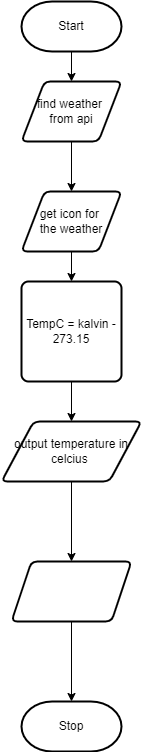
Ali-Mugamai/ICS20-A6-JS keeps this draw.io diagram as design/flow-chart.png. Above is the earlier version. Source tidied: cells renumbered, new cells last; positions are measured from the earlier drawing's top-left corner, leaving out a move shared by most shapes. Source of this version:
```xml
<mxGraphModel>
  <root>
    <mxCell id="0" />
    <mxCell id="1" parent="0" />
    <mxCell id="2" style="edgeStyle=none;html=1;exitX=0.5;exitY=1;exitDx=0;exitDy=0;exitPerimeter=0;entryX=0.5;entryY=0;entryDx=0;entryDy=0;" parent="1" edge="1" source="3" target="5">
      <mxGeometry relative="1" as="geometry" />
    </mxCell>
    <mxCell id="3" value="Start" style="strokeWidth=2;html=1;shape=mxgraph.flowchart.terminator;whiteSpace=wrap;" parent="1" vertex="1">
      <mxGeometry x="20" width="100" height="50" as="geometry" />
    </mxCell>
    <mxCell id="4" style="edgeStyle=none;html=1;exitX=0.5;exitY=1;exitDx=0;exitDy=0;entryX=0.5;entryY=0;entryDx=0;entryDy=0;" parent="1" edge="1" source="5" target="12">
      <mxGeometry relative="1" as="geometry" />
    </mxCell>
    <mxCell id="5" value="find weather&amp;nbsp;&lt;br&gt;from api" style="shape=parallelogram;html=1;strokeWidth=2;perimeter=parallelogramPerimeter;whiteSpace=wrap;rounded=1;arcSize=12;size=0.23;" parent="1" vertex="1">
      <mxGeometry x="20" y="80" width="100" height="60" as="geometry" />
    </mxCell>
    <mxCell id="6" style="edgeStyle=none;html=1;exitX=0.5;exitY=1;exitDx=0;exitDy=0;entryX=0.5;entryY=0;entryDx=0;entryDy=0;" parent="1" edge="1" source="7" target="9">
      <mxGeometry relative="1" as="geometry" />
    </mxCell>
    <mxCell id="7" value="TempC = kalvin - 273.15" style="rounded=1;whiteSpace=wrap;html=1;absoluteArcSize=1;arcSize=14;strokeWidth=2;" parent="1" vertex="1">
      <mxGeometry x="20" y="280" width="100" height="100" as="geometry" />
    </mxCell>
    <mxCell id="8" style="edgeStyle=none;html=1;" parent="1" edge="1" source="9" target="14">
      <mxGeometry relative="1" as="geometry" />
    </mxCell>
    <mxCell id="9" value="output temperature in&lt;br&gt;celcius&amp;nbsp;" style="shape=parallelogram;html=1;strokeWidth=2;perimeter=parallelogramPerimeter;whiteSpace=wrap;rounded=1;arcSize=12;size=0.23;" parent="1" vertex="1">
      <mxGeometry y="420" width="140" height="60" as="geometry" />
    </mxCell>
    <mxCell id="10" value="Stop" style="strokeWidth=2;html=1;shape=mxgraph.flowchart.terminator;whiteSpace=wrap;" parent="1" vertex="1">
      <mxGeometry x="20" y="700" width="100" height="50" as="geometry" />
    </mxCell>
    <mxCell id="11" style="edgeStyle=none;html=1;exitX=0.5;exitY=1;exitDx=0;exitDy=0;entryX=0.5;entryY=0;entryDx=0;entryDy=0;" parent="1" edge="1" source="12" target="7">
      <mxGeometry relative="1" as="geometry" />
    </mxCell>
    <mxCell id="12" value="get icon for&amp;nbsp;&lt;br&gt;the weather" style="shape=parallelogram;html=1;strokeWidth=2;perimeter=parallelogramPerimeter;whiteSpace=wrap;rounded=1;arcSize=12;size=0.23;" parent="1" vertex="1">
      <mxGeometry x="20" y="190" width="100" height="60" as="geometry" />
    </mxCell>
    <mxCell id="13" style="edgeStyle=none;html=1;" parent="1" edge="1" source="14" target="10">
      <mxGeometry relative="1" as="geometry" />
    </mxCell>
    <mxCell id="14" style="shape=parallelogram;perimeter=parallelogramPerimeter;whiteSpace=wrap;html=1;fixedSize=1;strokeWidth=2;rounded=1;arcSize=12;" parent="1" vertex="1">
      <mxGeometry x="10" y="560" width="120" height="60" as="geometry" />
    </mxCell>
  </root>
</mxGraphModel>
```
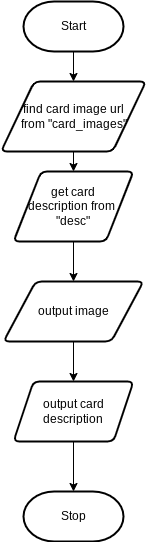
After the change.

Change to the diagram source:
```diff
@@ -11,35 +11,31 @@
     <mxCell id="4" style="edgeStyle=none;html=1;exitX=0.5;exitY=1;exitDx=0;exitDy=0;entryX=0.5;entryY=0;entryDx=0;entryDy=0;" parent="1" edge="1" source="5" target="12">
       <mxGeometry relative="1" as="geometry" />
     </mxCell>
-    <mxCell id="5" value="find weather&amp;nbsp;&lt;br&gt;from api" style="shape=parallelogram;html=1;strokeWidth=2;perimeter=parallelogramPerimeter;whiteSpace=wrap;rounded=1;arcSize=12;size=0.23;" parent="1" vertex="1">
-      <mxGeometry x="20" y="80" width="100" height="60" as="geometry" />
+    <mxCell id="5" value="find card image url&lt;br&gt;from &quot;card_images&quot;" style="shape=parallelogram;html=1;strokeWidth=2;perimeter=parallelogramPerimeter;whiteSpace=wrap;rounded=1;arcSize=12;size=0.23;" parent="1" vertex="1">
+      <mxGeometry x="-2.5" y="80" width="145" height="70" as="geometry" />
     </mxCell>
-    <mxCell id="6" style="edgeStyle=none;html=1;exitX=0.5;exitY=1;exitDx=0;exitDy=0;entryX=0.5;entryY=0;entryDx=0;entryDy=0;" parent="1" edge="1" source="7" target="9">
-      <mxGeometry relative="1" as="geometry" />
-    </mxCell>
-    <mxCell id="7" value="TempC = kalvin - 273.15" style="rounded=1;whiteSpace=wrap;html=1;absoluteArcSize=1;arcSize=14;strokeWidth=2;" parent="1" vertex="1">
-      <mxGeometry x="20" y="280" width="100" height="100" as="geometry" />
-    </mxCell>
     <mxCell id="8" style="edgeStyle=none;html=1;" parent="1" edge="1" source="9" target="14">
       <mxGeometry relative="1" as="geometry" />
     </mxCell>
-    <mxCell id="9" value="output temperature in&lt;br&gt;celcius&amp;nbsp;" style="shape=parallelogram;html=1;strokeWidth=2;perimeter=parallelogramPerimeter;whiteSpace=wrap;rounded=1;arcSize=12;size=0.23;" parent="1" vertex="1">
-      <mxGeometry y="420" width="140" height="60" as="geometry" />
+    <mxCell id="9" value="output image" style="shape=parallelogram;html=1;strokeWidth=2;perimeter=parallelogramPerimeter;whiteSpace=wrap;rounded=1;arcSize=12;size=0.23;" parent="1" vertex="1">
+      <mxGeometry y="280" width="140" height="60" as="geometry" />
     </mxCell>
     <mxCell id="10" value="Stop" style="strokeWidth=2;html=1;shape=mxgraph.flowchart.terminator;whiteSpace=wrap;" parent="1" vertex="1">
-      <mxGeometry x="20" y="700" width="100" height="50" as="geometry" />
+      <mxGeometry x="20" y="490" width="100" height="50" as="geometry" />
     </mxCell>
-    <mxCell id="11" style="edgeStyle=none;html=1;exitX=0.5;exitY=1;exitDx=0;exitDy=0;entryX=0.5;entryY=0;entryDx=0;entryDy=0;" parent="1" edge="1" source="12" target="7">
-      <mxGeometry relative="1" as="geometry" />
+    <mxCell id="11" style="edgeStyle=none;html=1;exitX=0.5;exitY=1;exitDx=0;exitDy=0;entryX=0.5;entryY=0;entryDx=0;entryDy=0;" parent="1" edge="1" source="12">
+      <mxGeometry relative="1" as="geometry">
+        <mxPoint x="70" y="280" as="targetPoint" />
+      </mxGeometry>
     </mxCell>
-    <mxCell id="12" value="get icon for&amp;nbsp;&lt;br&gt;the weather" style="shape=parallelogram;html=1;strokeWidth=2;perimeter=parallelogramPerimeter;whiteSpace=wrap;rounded=1;arcSize=12;size=0.23;" parent="1" vertex="1">
-      <mxGeometry x="20" y="190" width="100" height="60" as="geometry" />
+    <mxCell id="12" value="get card &lt;br&gt;description from&amp;nbsp;&lt;br&gt;&quot;desc&quot;" style="shape=parallelogram;html=1;strokeWidth=2;perimeter=parallelogramPerimeter;whiteSpace=wrap;rounded=1;arcSize=12;size=0.23;" parent="1" vertex="1">
+      <mxGeometry x="10" y="170" width="120" height="70" as="geometry" />
     </mxCell>
     <mxCell id="13" style="edgeStyle=none;html=1;" parent="1" edge="1" source="14" target="10">
       <mxGeometry relative="1" as="geometry" />
     </mxCell>
-    <mxCell id="14" style="shape=parallelogram;perimeter=parallelogramPerimeter;whiteSpace=wrap;html=1;fixedSize=1;strokeWidth=2;rounded=1;arcSize=12;" parent="1" vertex="1">
-      <mxGeometry x="10" y="560" width="120" height="60" as="geometry" />
+    <mxCell id="14" value="output card description" style="shape=parallelogram;perimeter=parallelogramPerimeter;whiteSpace=wrap;html=1;fixedSize=1;strokeWidth=2;rounded=1;arcSize=12;" parent="1" vertex="1">
+      <mxGeometry x="10" y="380" width="120" height="60" as="geometry" />
     </mxCell>
   </root>
 </mxGraphModel>
```
